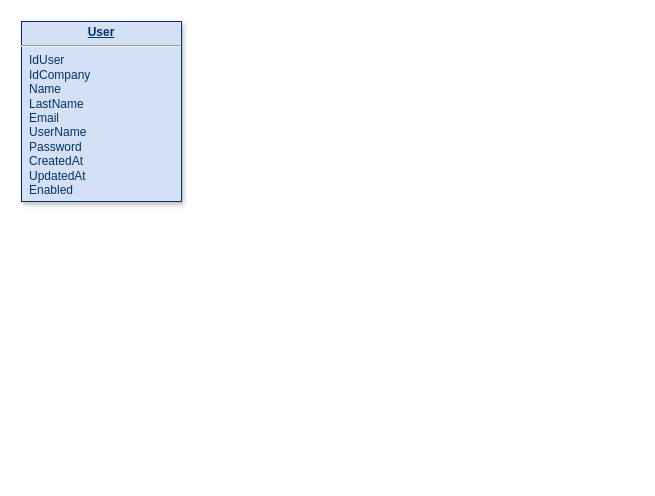
Above: Team7.drawio in Zachary-R-Wilson/CIS-560-Project (draw.io), before the change. Source tidied: cells renumbered, new cells numbered last; positions are measured from the earlier drawing's top-left corner, leaving out a move shared by most shapes. Both pictures are drawn from the tidied source at 100%, with x=0, y=0 at pixel (21, 21).
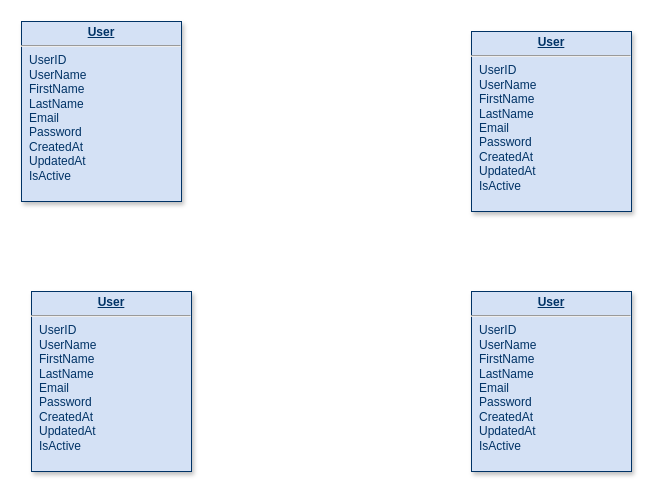
Above is the later version.

Change to the diagram source:
```diff
@@
 <mxGraphModel>
   <root>
     <mxCell id="0" />
     <mxCell id="1" parent="0" />
-    <mxCell id="2" value="&lt;p style=&quot;margin: 0px; margin-top: 4px; text-align: center; text-decoration: underline;&quot;&gt;&lt;strong&gt;User&lt;/strong&gt;&lt;/p&gt;&lt;hr /&gt;&lt;p style=&quot;margin: 0px; margin-left: 8px;&quot;&gt;IdUser&lt;/p&gt;&lt;p style=&quot;margin: 0px; margin-left: 8px;&quot;&gt;IdCompany&lt;/p&gt;&lt;p style=&quot;margin: 0px; margin-left: 8px;&quot;&gt;Name&lt;/p&gt;&lt;p style=&quot;margin: 0px; margin-left: 8px;&quot;&gt;LastName&lt;/p&gt;&lt;p style=&quot;margin: 0px; margin-left: 8px;&quot;&gt;Email&lt;/p&gt;&lt;p style=&quot;margin: 0px; margin-left: 8px;&quot;&gt;UserName&lt;/p&gt;&lt;p style=&quot;margin: 0px; margin-left: 8px;&quot;&gt;Password&lt;/p&gt;&lt;p style=&quot;margin: 0px; margin-left: 8px;&quot;&gt;CreatedAt&lt;/p&gt;&lt;p style=&quot;margin: 0px; margin-left: 8px;&quot;&gt;UpdatedAt&lt;/p&gt;&lt;p style=&quot;margin: 0px; margin-left: 8px;&quot;&gt;Enabled&lt;/p&gt;" style="verticalAlign=top;align=left;overflow=fill;fontSize=12;fontFamily=Helvetica;html=1;strokeColor=#003366;shadow=1;fillColor=#D4E1F5;fontColor=#003366;" parent="1" vertex="1">
+    <mxCell id="2" value="&lt;p style=&quot;margin: 0px; margin-top: 4px; text-align: center; text-decoration: underline;&quot;&gt;&lt;strong&gt;User&lt;/strong&gt;&lt;/p&gt;&lt;hr&gt;&lt;p style=&quot;margin: 0px; margin-left: 8px;&quot;&gt;UserID&lt;/p&gt;&lt;p style=&quot;margin: 0px; margin-left: 8px;&quot;&gt;&lt;span style=&quot;background-color: initial;&quot;&gt;UserName&lt;/span&gt;&lt;br&gt;&lt;/p&gt;&lt;p style=&quot;margin: 0px; margin-left: 8px;&quot;&gt;FirstName&lt;/p&gt;&lt;p style=&quot;margin: 0px; margin-left: 8px;&quot;&gt;LastName&lt;/p&gt;&lt;p style=&quot;margin: 0px; margin-left: 8px;&quot;&gt;Email&lt;/p&gt;&lt;p style=&quot;margin: 0px; margin-left: 8px;&quot;&gt;Password&lt;/p&gt;&lt;p style=&quot;margin: 0px; margin-left: 8px;&quot;&gt;CreatedAt&lt;/p&gt;&lt;p style=&quot;margin: 0px; margin-left: 8px;&quot;&gt;UpdatedAt&lt;/p&gt;&lt;p style=&quot;margin: 0px; margin-left: 8px;&quot;&gt;IsActive&lt;/p&gt;" style="verticalAlign=top;align=left;overflow=fill;fontSize=12;fontFamily=Helvetica;html=1;strokeColor=#003366;shadow=1;fillColor=#D4E1F5;fontColor=#003366;" parent="1" vertex="1">
       <mxGeometry width="160" height="180" as="geometry" />
     </mxCell>
+    <mxCell id="3" value="&lt;p style=&quot;margin: 0px; margin-top: 4px; text-align: center; text-decoration: underline;&quot;&gt;&lt;strong&gt;User&lt;/strong&gt;&lt;/p&gt;&lt;hr&gt;&lt;p style=&quot;margin: 0px; margin-left: 8px;&quot;&gt;UserID&lt;/p&gt;&lt;p style=&quot;margin: 0px; margin-left: 8px;&quot;&gt;&lt;span style=&quot;background-color: initial;&quot;&gt;UserName&lt;/span&gt;&lt;br&gt;&lt;/p&gt;&lt;p style=&quot;margin: 0px; margin-left: 8px;&quot;&gt;FirstName&lt;/p&gt;&lt;p style=&quot;margin: 0px; margin-left: 8px;&quot;&gt;LastName&lt;/p&gt;&lt;p style=&quot;margin: 0px; margin-left: 8px;&quot;&gt;Email&lt;/p&gt;&lt;p style=&quot;margin: 0px; margin-left: 8px;&quot;&gt;Password&lt;/p&gt;&lt;p style=&quot;margin: 0px; margin-left: 8px;&quot;&gt;CreatedAt&lt;/p&gt;&lt;p style=&quot;margin: 0px; margin-left: 8px;&quot;&gt;UpdatedAt&lt;/p&gt;&lt;p style=&quot;margin: 0px; margin-left: 8px;&quot;&gt;IsActive&lt;/p&gt;" style="verticalAlign=top;align=left;overflow=fill;fontSize=12;fontFamily=Helvetica;html=1;strokeColor=#003366;shadow=1;fillColor=#D4E1F5;fontColor=#003366;" parent="1" vertex="1">
+      <mxGeometry x="10" y="270" width="160" height="180" as="geometry" />
+    </mxCell>
+    <mxCell id="4" value="&lt;p style=&quot;margin: 0px; margin-top: 4px; text-align: center; text-decoration: underline;&quot;&gt;&lt;strong&gt;User&lt;/strong&gt;&lt;/p&gt;&lt;hr&gt;&lt;p style=&quot;margin: 0px; margin-left: 8px;&quot;&gt;UserID&lt;/p&gt;&lt;p style=&quot;margin: 0px; margin-left: 8px;&quot;&gt;&lt;span style=&quot;background-color: initial;&quot;&gt;UserName&lt;/span&gt;&lt;br&gt;&lt;/p&gt;&lt;p style=&quot;margin: 0px; margin-left: 8px;&quot;&gt;FirstName&lt;/p&gt;&lt;p style=&quot;margin: 0px; margin-left: 8px;&quot;&gt;LastName&lt;/p&gt;&lt;p style=&quot;margin: 0px; margin-left: 8px;&quot;&gt;Email&lt;/p&gt;&lt;p style=&quot;margin: 0px; margin-left: 8px;&quot;&gt;Password&lt;/p&gt;&lt;p style=&quot;margin: 0px; margin-left: 8px;&quot;&gt;CreatedAt&lt;/p&gt;&lt;p style=&quot;margin: 0px; margin-left: 8px;&quot;&gt;UpdatedAt&lt;/p&gt;&lt;p style=&quot;margin: 0px; margin-left: 8px;&quot;&gt;IsActive&lt;/p&gt;" style="verticalAlign=top;align=left;overflow=fill;fontSize=12;fontFamily=Helvetica;html=1;strokeColor=#003366;shadow=1;fillColor=#D4E1F5;fontColor=#003366;" parent="1" vertex="1">
+      <mxGeometry x="450" y="270" width="160" height="180" as="geometry" />
+    </mxCell>
+    <mxCell id="5" value="&lt;p style=&quot;margin: 0px; margin-top: 4px; text-align: center; text-decoration: underline;&quot;&gt;&lt;strong&gt;User&lt;/strong&gt;&lt;/p&gt;&lt;hr&gt;&lt;p style=&quot;margin: 0px; margin-left: 8px;&quot;&gt;UserID&lt;/p&gt;&lt;p style=&quot;margin: 0px; margin-left: 8px;&quot;&gt;&lt;span style=&quot;background-color: initial;&quot;&gt;UserName&lt;/span&gt;&lt;br&gt;&lt;/p&gt;&lt;p style=&quot;margin: 0px; margin-left: 8px;&quot;&gt;FirstName&lt;/p&gt;&lt;p style=&quot;margin: 0px; margin-left: 8px;&quot;&gt;LastName&lt;/p&gt;&lt;p style=&quot;margin: 0px; margin-left: 8px;&quot;&gt;Email&lt;/p&gt;&lt;p style=&quot;margin: 0px; margin-left: 8px;&quot;&gt;Password&lt;/p&gt;&lt;p style=&quot;margin: 0px; margin-left: 8px;&quot;&gt;CreatedAt&lt;/p&gt;&lt;p style=&quot;margin: 0px; margin-left: 8px;&quot;&gt;UpdatedAt&lt;/p&gt;&lt;p style=&quot;margin: 0px; margin-left: 8px;&quot;&gt;IsActive&lt;/p&gt;" style="verticalAlign=top;align=left;overflow=fill;fontSize=12;fontFamily=Helvetica;html=1;strokeColor=#003366;shadow=1;fillColor=#D4E1F5;fontColor=#003366;" parent="1" vertex="1">
+      <mxGeometry x="450" y="10" width="160" height="180" as="geometry" />
+    </mxCell>
   </root>
 </mxGraphModel>
```
